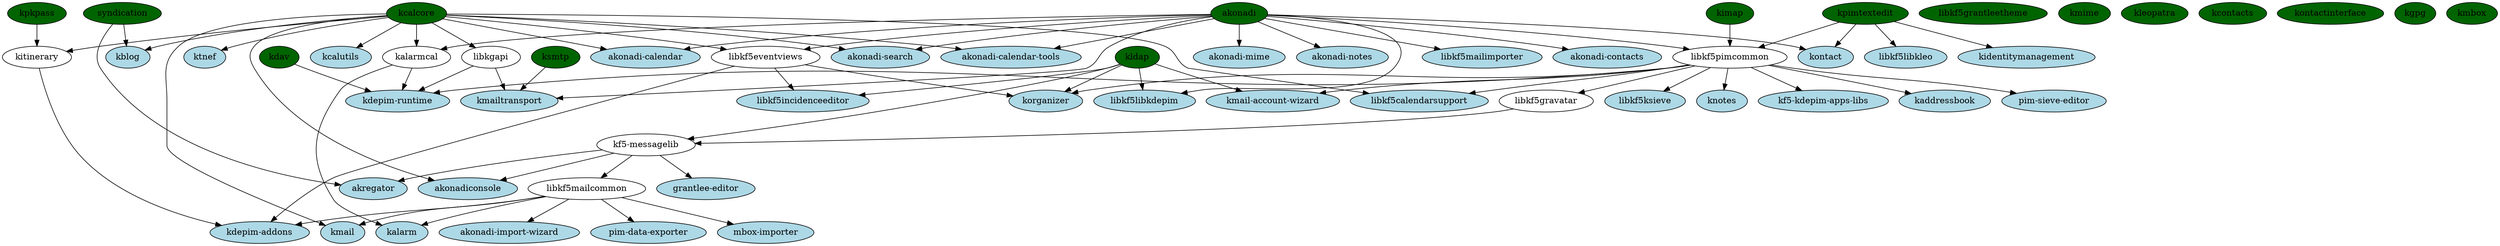
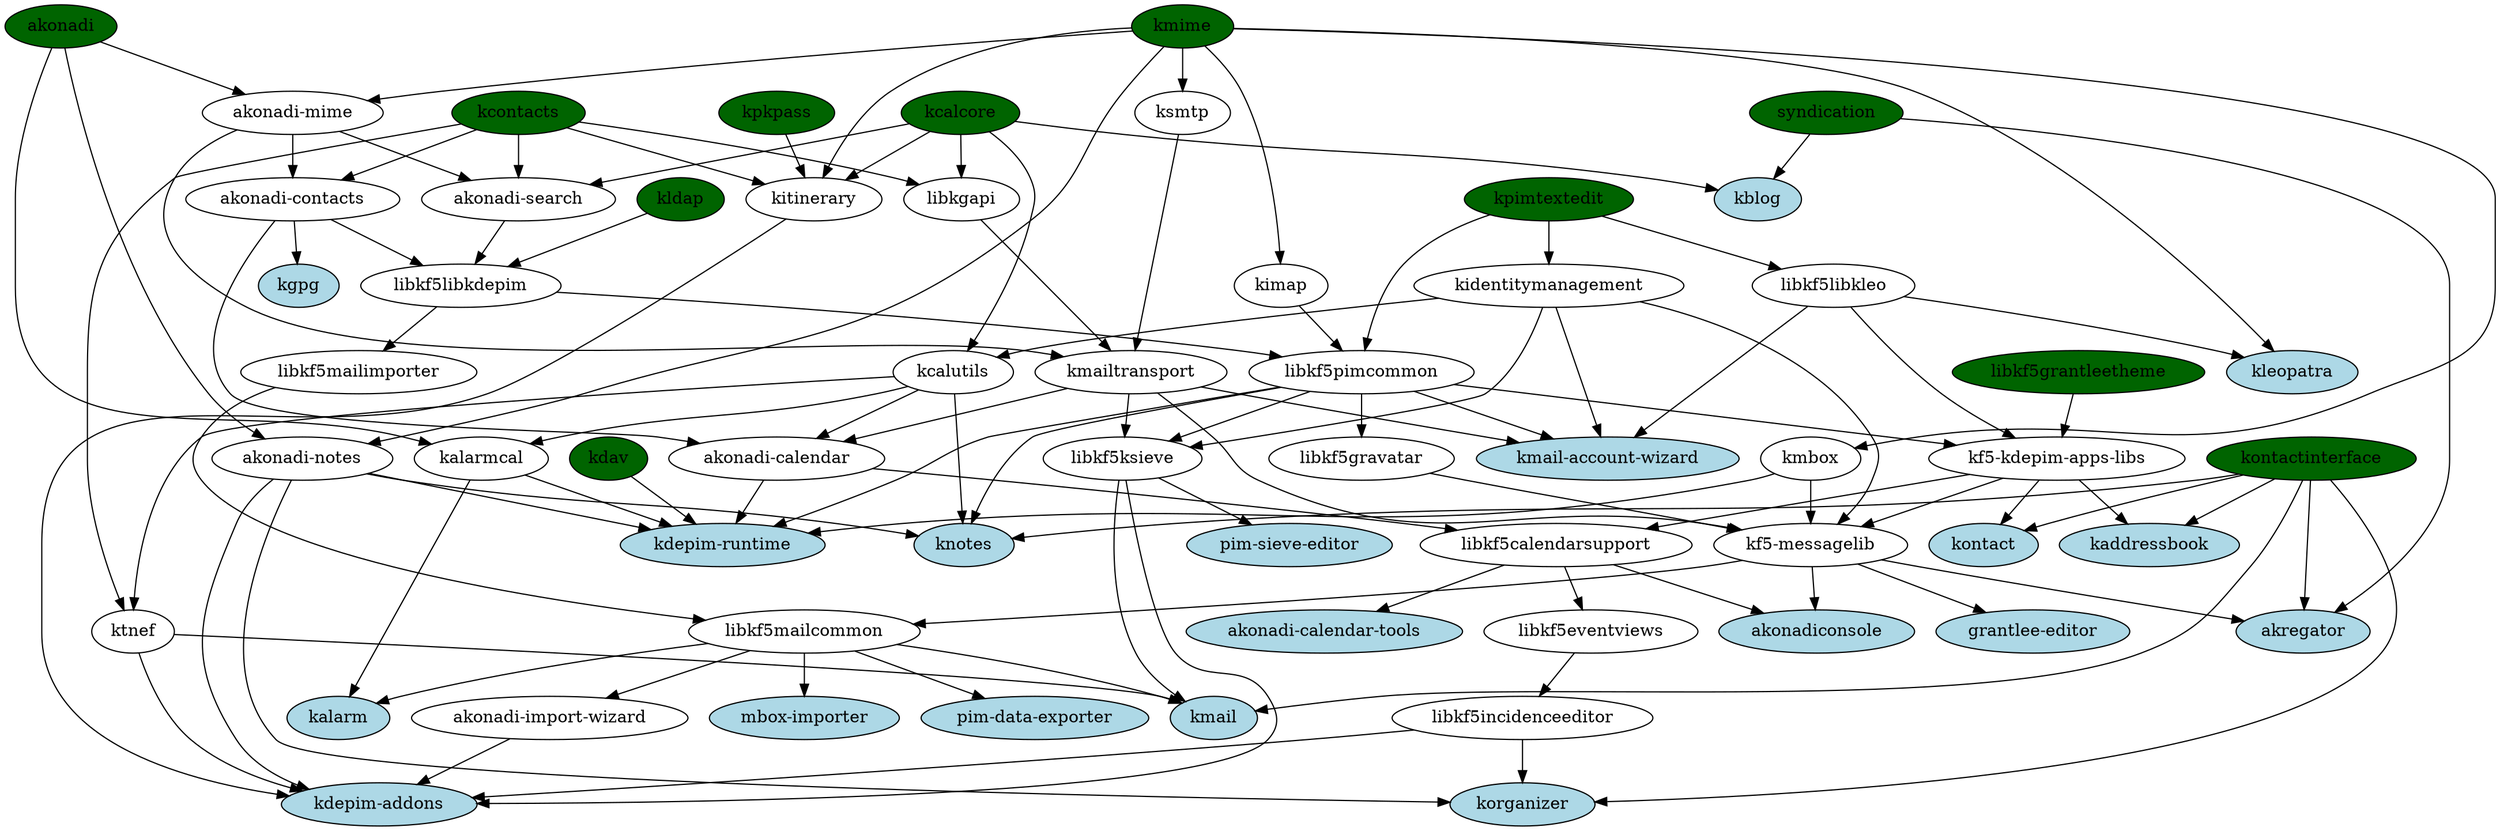
digraph pim {
-   "ktnef" [fillcolor="lightblue", style="filled"] ;
  "akonadi" [fillcolor="darkgreen", style="filled"] ;
-   "libkf5mailimporter" [fillcolor="lightblue", style="filled"] ;
  "knotes" [fillcolor="lightblue", style="filled"] ;
  "kblog" [fillcolor="lightblue", style="filled"] ;
  "libkf5grantleetheme" [fillcolor="darkgreen", style="filled"] ;
  "akonadiconsole" [fillcolor="lightblue", style="filled"] ;
-   "libkf5incidenceeditor" [fillcolor="lightblue", style="filled"] ;
  "kalarm" [fillcolor="lightblue", style="filled"] ;
  "kmime" [fillcolor="darkgreen", style="filled"] ;
-   "akonadi-contacts" [fillcolor="lightblue", style="filled"] ;
  "kmail-account-wizard" [fillcolor="lightblue", style="filled"] ;
  "kdepim-runtime" [fillcolor="lightblue", style="filled"] ;
  "kpkpass" [fillcolor="darkgreen", style="filled"] ;
  "pim-data-exporter" [fillcolor="lightblue", style="filled"] ;
  "mbox-importer" [fillcolor="lightblue", style="filled"] ;
-   "akonadi-mime" [fillcolor="lightblue", style="filled"] ;
-   "ksmtp" [fillcolor="darkgreen", style="filled"] ;
-   "kidentitymanagement" [fillcolor="lightblue", style="filled"] ;
-   "akonadi-notes" [fillcolor="lightblue", style="filled"] ;
  "grantlee-editor" [fillcolor="lightblue", style="filled"] ;
  "kdepim-addons" [fillcolor="lightblue", style="filled"] ;
-   "kleopatra" [fillcolor="darkgreen", style="filled"] ;
-   "kf5-kdepim-apps-libs" [fillcolor="lightblue", style="filled"] ;
-   "akonadi-calendar" [fillcolor="lightblue", style="filled"] ;
-   "libkf5libkleo" [fillcolor="lightblue", style="filled"] ;
+   "kleopatra" [fillcolor="lightblue", style="filled"] ;
  "kcontacts" [fillcolor="darkgreen", style="filled"] ;
  "kontactinterface" [fillcolor="darkgreen", style="filled"] ;
  "korganizer" [fillcolor="lightblue", style="filled"] ;
  "kaddressbook" [fillcolor="lightblue", style="filled"] ;
-   "libkf5libkdepim" [fillcolor="lightblue", style="filled"] ;
-   "libkf5calendarsupport" [fillcolor="lightblue", style="filled"] ;
  "kdav" [fillcolor="darkgreen", style="filled"] ;
-   "kmailtransport" [fillcolor="lightblue", style="filled"] ;
  "akonadi-calendar-tools" [fillcolor="lightblue", style="filled"] ;
  "kpimtextedit" [fillcolor="darkgreen", style="filled"] ;
-   "kgpg" [fillcolor="darkgreen", style="filled"] ;
+   "kgpg" [fillcolor="lightblue", style="filled"] ;
  "kmail" [fillcolor="lightblue", style="filled"] ;
  "kcalcore" [fillcolor="darkgreen", style="filled"] ;
-   "kmbox" [fillcolor="darkgreen", style="filled"] ;
  "kldap" [fillcolor="darkgreen", style="filled"] ;
  "syndication" [fillcolor="darkgreen", style="filled"] ;
-   "kimap" [fillcolor="darkgreen", style="filled"] ;
  "akregator" [fillcolor="lightblue", style="filled"] ;
-   "kcalutils" [fillcolor="lightblue", style="filled"] ;
  "pim-sieve-editor" [fillcolor="lightblue", style="filled"] ;
-   "libkf5ksieve" [fillcolor="lightblue", style="filled"] ;
-   "akonadi-import-wizard" [fillcolor="lightblue", style="filled"] ;
  "kontact" [fillcolor="lightblue", style="filled"] ;
-   "akonadi-search" [fillcolor="lightblue", style="filled"] ;
-   "kcalcore" -> "ktnef" ;
-   "akonadi" -> "libkf5mailimporter" ;
+   "kcalutils" -> "ktnef" ;
+   "kcontacts" -> "ktnef" ;
+   "libkf5libkdepim" -> "libkf5mailimporter" ;
+   "kontactinterface" -> "knotes" ;
+   "kcalutils" -> "knotes" ;
+   "akonadi-notes" -> "knotes" ;
  "libkf5pimcommon" -> "knotes" ;
  "kcalcore" -> "kblog" ;
  "syndication" -> "kblog" ;
-   "kcalcore" -> "akonadiconsole" ;
+   "libkf5calendarsupport" -> "akonadiconsole" ;
  "kf5-messagelib" -> "akonadiconsole" ;
  "libkf5eventviews" -> "libkf5incidenceeditor" ;
-   "kldap" -> "libkf5incidenceeditor" ;
-   "kcalcore" -> "kalarmcal" ;
  "akonadi" -> "kalarmcal" ;
-   "kldap" -> "kf5-messagelib" ;
+   "kcalutils" -> "kalarmcal" ;
+   "kf5-kdepim-apps-libs" -> "kf5-messagelib" ;
+   "kmailtransport" -> "kf5-messagelib" ;
  "libkf5gravatar" -> "kf5-messagelib" ;
+   "kmbox" -> "kf5-messagelib" ;
+   "kidentitymanagement" -> "kf5-messagelib" ;
  "libkf5mailcommon" -> "kalarm" ;
  "kalarmcal" -> "kalarm" ;
  "libkf5pimcommon" -> "libkf5gravatar" ;
-   "akonadi" -> "akonadi-contacts" ;
-   "kldap" -> "kmail-account-wizard" ;
+   "akonadi-mime" -> "akonadi-contacts" ;
+   "kcontacts" -> "akonadi-contacts" ;
+   "kidentitymanagement" -> "kmail-account-wizard" ;
+   "libkf5libkleo" -> "kmail-account-wizard" ;
+   "kmailtransport" -> "kmail-account-wizard" ;
  "libkf5pimcommon" -> "kmail-account-wizard" ;
-   "libkgapi" -> "kdepim-runtime" ;
+   "akonadi-calendar" -> "kdepim-runtime" ;
  "kalarmcal" -> "kdepim-runtime" ;
  "kdav" -> "kdepim-runtime" ;
  "libkf5pimcommon" -> "kdepim-runtime" ;
+   "kmbox" -> "kdepim-runtime" ;
+   "akonadi-notes" -> "kdepim-runtime" ;
  "libkf5mailcommon" -> "pim-data-exporter" ;
  "libkf5mailcommon" -> "mbox-importer" ;
  "akonadi" -> "akonadi-mime" ;
+   "kmime" -> "akonadi-mime" ;
+   "kmime" -> "ksmtp" ;
  "kpimtextedit" -> "kidentitymanagement" ;
  "akonadi" -> "akonadi-notes" ;
+   "kmime" -> "akonadi-notes" ;
  "kf5-messagelib" -> "grantlee-editor" ;
-   "libkf5mailcommon" -> "kdepim-addons" ;
+   "ktnef" -> "kdepim-addons" ;
+   "libkf5incidenceeditor" -> "kdepim-addons" ;
+   "libkf5ksieve" -> "kdepim-addons" ;
  "kitinerary" -> "kdepim-addons" ;
-   "libkf5eventviews" -> "kdepim-addons" ;
+   "akonadi-import-wizard" -> "kdepim-addons" ;
+   "akonadi-notes" -> "kdepim-addons" ;
+   "libkf5libkleo" -> "kleopatra" ;
+   "kmime" -> "kleopatra" ;
+   "libkf5grantleetheme" -> "kf5-kdepim-apps-libs" ;
+   "libkf5libkleo" -> "kf5-kdepim-apps-libs" ;
  "libkf5pimcommon" -> "kf5-kdepim-apps-libs" ;
-   "kcalcore" -> "akonadi-calendar" ;
-   "akonadi" -> "akonadi-calendar" ;
+   "akonadi-contacts" -> "akonadi-calendar" ;
+   "kmailtransport" -> "akonadi-calendar" ;
+   "kcalutils" -> "akonadi-calendar" ;
  "kpimtextedit" -> "libkf5libkleo" ;
-   "akonadi" -> "libkf5pimcommon" ;
+   "kimap" -> "libkf5pimcommon" ;
+   "libkf5libkdepim" -> "libkf5pimcommon" ;
  "kpimtextedit" -> "libkf5pimcommon" ;
-   "kimap" -> "libkf5pimcommon" ;
-   "libkf5eventviews" -> "korganizer" ;
-   "kldap" -> "korganizer" ;
-   "libkf5pimcommon" -> "korganizer" ;
+   "libkf5incidenceeditor" -> "korganizer" ;
+   "akonadi-notes" -> "korganizer" ;
+   "kontactinterface" -> "korganizer" ;
  "kcalcore" -> "libkgapi" ;
-   "libkf5pimcommon" -> "kaddressbook" ;
-   "akonadi" -> "libkf5libkdepim" ;
+   "kcontacts" -> "libkgapi" ;
+   "kf5-kdepim-apps-libs" -> "kaddressbook" ;
+   "kontactinterface" -> "kaddressbook" ;
+   "akonadi-contacts" -> "libkf5libkdepim" ;
+   "akonadi-search" -> "libkf5libkdepim" ;
  "kldap" -> "libkf5libkdepim" ;
-   "kcalcore" -> "libkf5calendarsupport" ;
-   "libkf5pimcommon" -> "libkf5calendarsupport" ;
+   "kf5-kdepim-apps-libs" -> "libkf5calendarsupport" ;
+   "akonadi-calendar" -> "libkf5calendarsupport" ;
  "libkgapi" -> "kmailtransport" ;
-   "akonadi" -> "kmailtransport" ;
+   "akonadi-mime" -> "kmailtransport" ;
  "ksmtp" -> "kmailtransport" ;
-   "kcalcore" -> "akonadi-calendar-tools" ;
-   "akonadi" -> "akonadi-calendar-tools" ;
-   "kcalcore" -> "kmail" ;
+   "libkf5calendarsupport" -> "akonadi-calendar-tools" ;
+   "akonadi-contacts" -> "kgpg" ;
+   "ktnef" -> "kmail" ;
+   "kontactinterface" -> "kmail" ;
  "libkf5mailcommon" -> "kmail" ;
+   "libkf5ksieve" -> "kmail" ;
+   "kmime" -> "kmbox" ;
+   "kmime" -> "kimap" ;
+   "libkf5mailimporter" -> "libkf5mailcommon" ;
  "kf5-messagelib" -> "libkf5mailcommon" ;
+   "kontactinterface" -> "akregator" ;
+   "syndication" -> "akregator" ;
  "kf5-messagelib" -> "akregator" ;
-   "syndication" -> "akregator" ;
  "kcalcore" -> "kcalutils" ;
-   "libkf5pimcommon" -> "pim-sieve-editor" ;
+   "kidentitymanagement" -> "kcalutils" ;
+   "libkf5ksieve" -> "pim-sieve-editor" ;
  "kcalcore" -> "kitinerary" ;
  "kpkpass" -> "kitinerary" ;
+   "kcontacts" -> "kitinerary" ;
+   "kmime" -> "kitinerary" ;
+   "kidentitymanagement" -> "libkf5ksieve" ;
+   "kmailtransport" -> "libkf5ksieve" ;
  "libkf5pimcommon" -> "libkf5ksieve" ;
  "libkf5mailcommon" -> "akonadi-import-wizard" ;
-   "akonadi" -> "kontact" ;
-   "kpimtextedit" -> "kontact" ;
+   "kf5-kdepim-apps-libs" -> "kontact" ;
+   "kontactinterface" -> "kontact" ;
+   "akonadi-mime" -> "akonadi-search" ;
  "kcalcore" -> "akonadi-search" ;
-   "akonadi" -> "akonadi-search" ;
-   "kcalcore" -> "libkf5eventviews" ;
-   "akonadi" -> "libkf5eventviews" ;
+   "kcontacts" -> "akonadi-search" ;
+   "libkf5calendarsupport" -> "libkf5eventviews" ;
}
